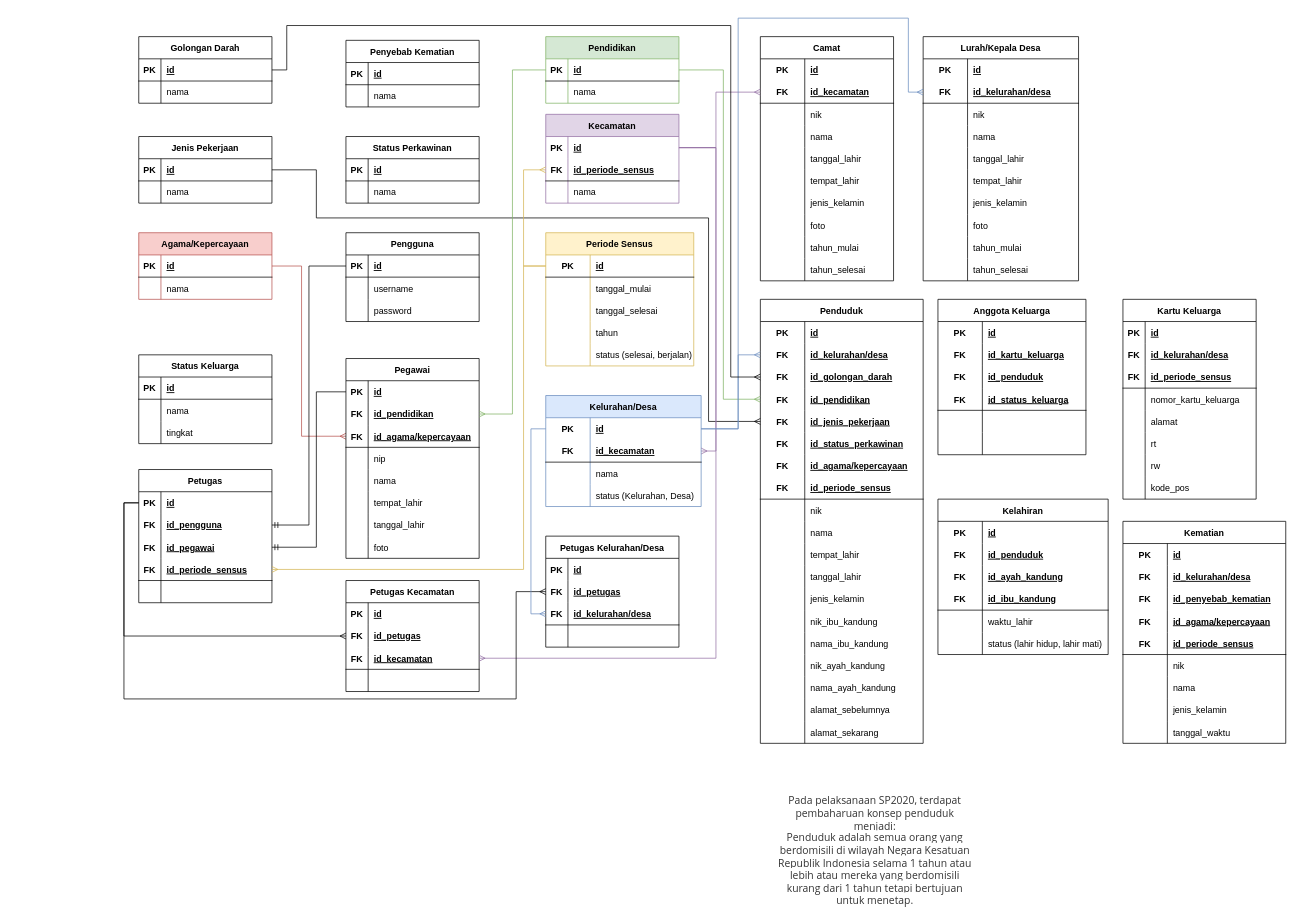
This is database/Database Schema.drawio from yafizh/SKRIPSI-Sensus-Penduduk-BPS-HSU, a draw.io file, before an edit. Source tidied: cells renumbered, new cells numbered last; positions are measured from the earlier drawing's top-left corner, leaving out a move shared by most shapes. Both pictures are drawn from the tidied source at 74%, with x=0, y=0 at pixel (124, 18).
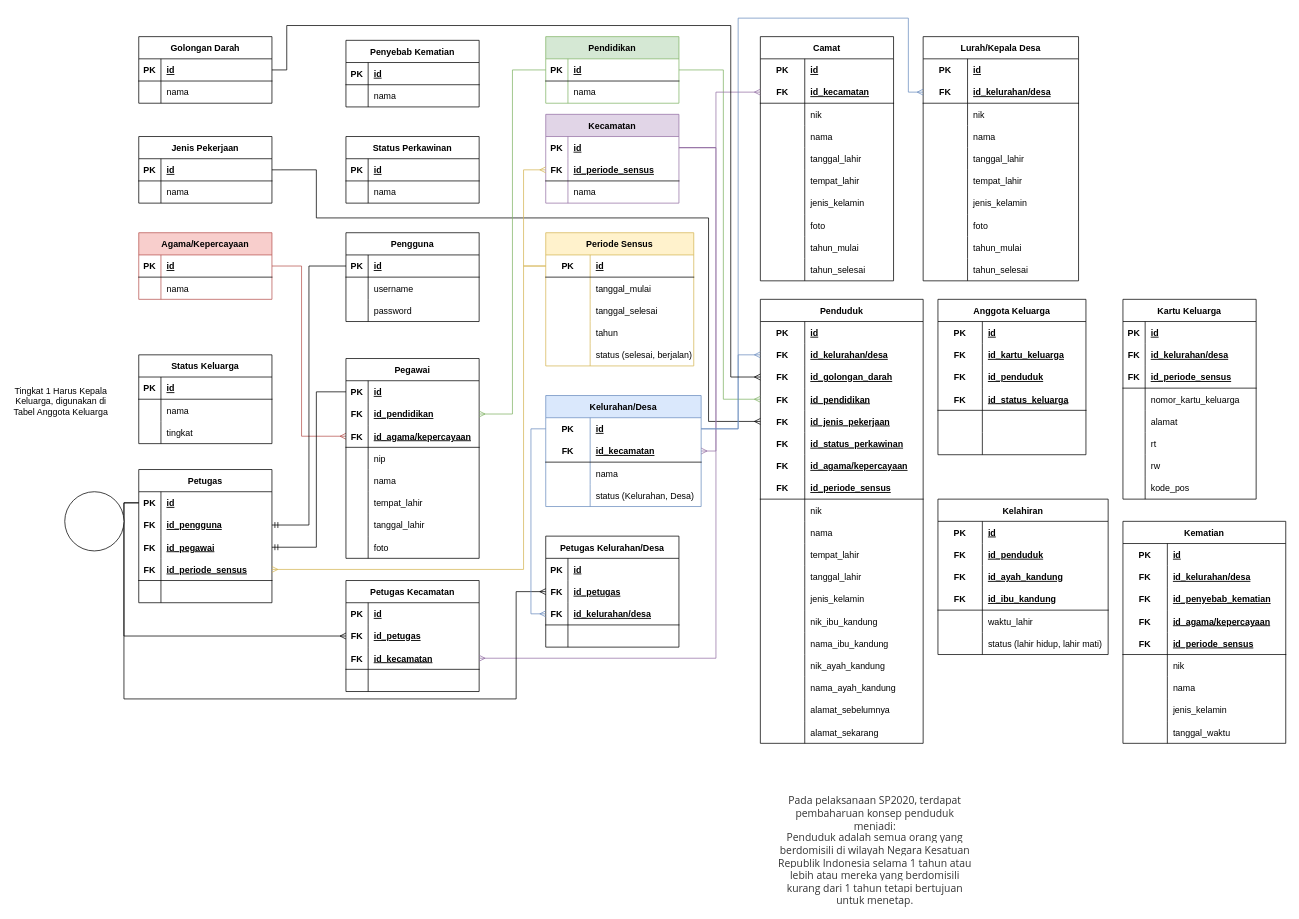
After the change.

The edit, as a diff of the source:
```diff
@@
+    <mxCell id="399" value="Tingkat 1 Harus Kepala Keluarga, digunakan di Tabel Anggota Keluarga" style="text;html=1;strokeColor=none;fillColor=none;align=center;verticalAlign=middle;whiteSpace=wrap;rounded=0;" parent="1" vertex="1">
+      <mxGeometry x="-150" y="455" width="130" height="125" as="geometry" />
+    </mxCell>
+    <mxCell id="400" style="ellipse;whiteSpace=wrap;html=1;" parent="1" vertex="1">
+      <mxGeometry x="-80" y="640" width="80" height="80" as="geometry" />
+    </mxCell>
```
